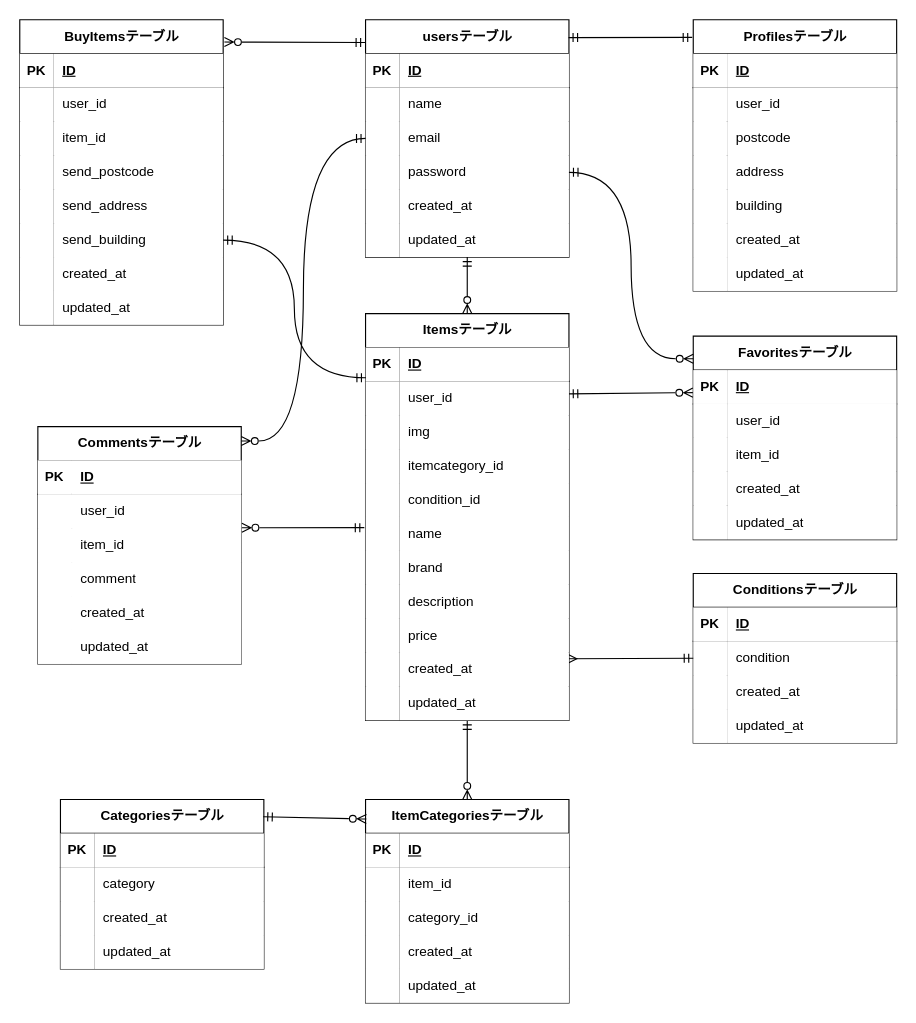
hisano-satomi/flea-market keeps this draw.io diagram as src/design/er.drawio. Above is the earlier version. Source tidied: cells renumbered, new cells numbered last; positions are measured from the earlier drawing's top-left corner, leaving out a move shared by most shapes. Both pictures are drawn from the tidied source at 113%, with x=0, y=0 at pixel (19, 19).
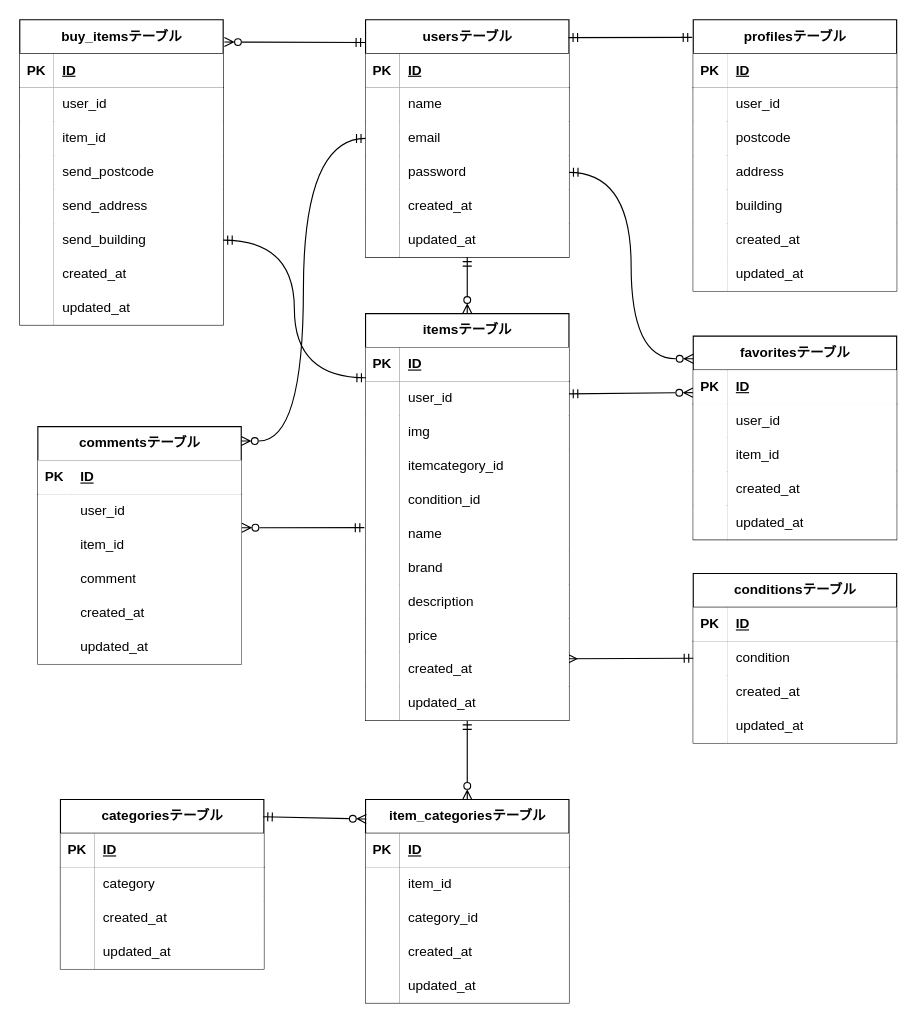
After the change.

Change to the diagram source:
```diff
@@
-    <mxCell id="21" value="BuyItemsテーブル" style="shape=table;startSize=30;childLayout=tableLayout;rowLines=0;fontStyle=1;align=center;html=1;fillColor=default;" parent="1" vertex="1">
+    <mxCell id="21" value="buy_itemsテーブル" style="shape=table;startSize=30;childLayout=tableLayout;rowLines=0;fontStyle=1;align=center;html=1;fillColor=default;" parent="1" vertex="1">
       <mxGeometry width="180" height="270" as="geometry" />
     </mxCell>
@@
-    <mxCell id="46" value="Favoritesテーブル" style="shape=table;startSize=30;childLayout=tableLayout;rowLines=0;fontStyle=1;align=center;html=1;" parent="1" vertex="1">
+    <mxCell id="46" value="favoritesテーブル" style="shape=table;startSize=30;childLayout=tableLayout;rowLines=0;fontStyle=1;align=center;html=1;" parent="1" vertex="1">
       <mxGeometry x="596" y="280" width="180" height="180" as="geometry" />
     </mxCell>
@@
-    <mxCell id="62" value="Categoriesテーブル" style="shape=table;startSize=30;childLayout=tableLayout;rowLines=0;fontStyle=1;align=center;html=1;" parent="1" vertex="1">
+    <mxCell id="62" value="categoriesテーブル" style="shape=table;startSize=30;childLayout=tableLayout;rowLines=0;fontStyle=1;align=center;html=1;" parent="1" vertex="1">
       <mxGeometry x="36" y="690" width="180" height="150" as="geometry" />
     </mxCell>
@@
-    <mxCell id="75" value="ItemCategoriesテーブル" style="shape=table;startSize=30;childLayout=tableLayout;rowLines=0;fontStyle=1;align=center;html=1;" parent="1" vertex="1">
+    <mxCell id="75" value="item_categoriesテーブル" style="shape=table;startSize=30;childLayout=tableLayout;rowLines=0;fontStyle=1;align=center;html=1;" parent="1" vertex="1">
       <mxGeometry x="306" y="690" width="180" height="180" as="geometry" />
     </mxCell>
@@
-    <mxCell id="91" value="Commentsテーブル" style="shape=table;startSize=30;childLayout=tableLayout;rowLines=0;fontStyle=1;align=center;html=1;fillColor=default;" parent="1" vertex="1">
+    <mxCell id="91" value="commentsテーブル" style="shape=table;startSize=30;childLayout=tableLayout;rowLines=0;fontStyle=1;align=center;html=1;fillColor=default;" parent="1" vertex="1">
       <mxGeometry x="16" y="360" width="180" height="210" as="geometry" />
     </mxCell>
@@
-    <mxCell id="110" value="Conditionsテーブル" style="shape=table;startSize=30;childLayout=tableLayout;rowLines=0;fontStyle=1;align=center;html=1;" parent="1" vertex="1">
+    <mxCell id="110" value="conditionsテーブル" style="shape=table;startSize=30;childLayout=tableLayout;rowLines=0;fontStyle=1;align=center;html=1;" parent="1" vertex="1">
       <mxGeometry x="596" y="490" width="180" height="150" as="geometry" />
     </mxCell>
@@
-    <mxCell id="129" value="Profilesテーブル" style="shape=table;startSize=30;childLayout=tableLayout;rowLines=0;fontStyle=1;align=center;html=1;" parent="1" vertex="1">
+    <mxCell id="129" value="profilesテーブル" style="shape=table;startSize=30;childLayout=tableLayout;rowLines=0;fontStyle=1;align=center;html=1;" parent="1" vertex="1">
       <mxGeometry x="596" width="180" height="240" as="geometry" />
     </mxCell>
@@
-    <mxCell id="155" value="Itemsテーブル" style="shape=table;startSize=30;childLayout=tableLayout;rowLines=0;fontStyle=1;align=center;html=1;" parent="1" vertex="1">
+    <mxCell id="155" value="itemsテーブル" style="shape=table;startSize=30;childLayout=tableLayout;rowLines=0;fontStyle=1;align=center;html=1;" parent="1" vertex="1">
       <mxGeometry x="306" y="260" width="180" height="360" as="geometry" />
     </mxCell>
```
